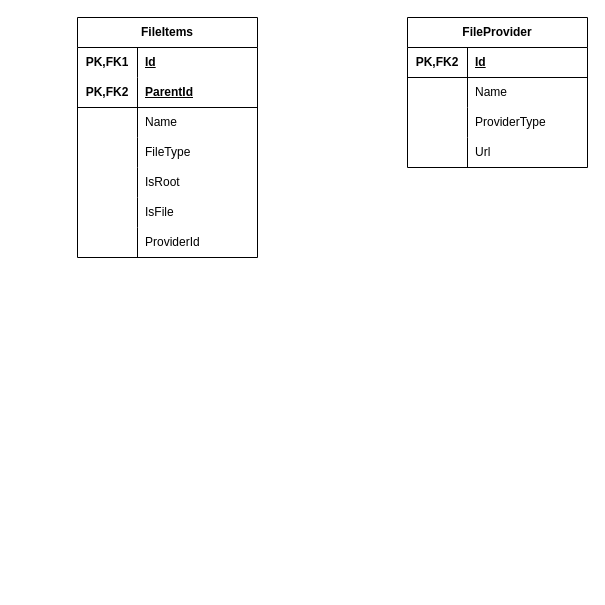
Before: TestBot/Untitled Diagram.drawio in Gnyasha/TestBot, a draw.io diagram. Source tidied: cells renumbered, new cells numbered last; positions are measured from the earlier drawing's top-left corner, leaving out a move shared by most shapes. Both pictures are drawn from the tidied source at 100%, with x=0, y=0 at pixel (77, 17).
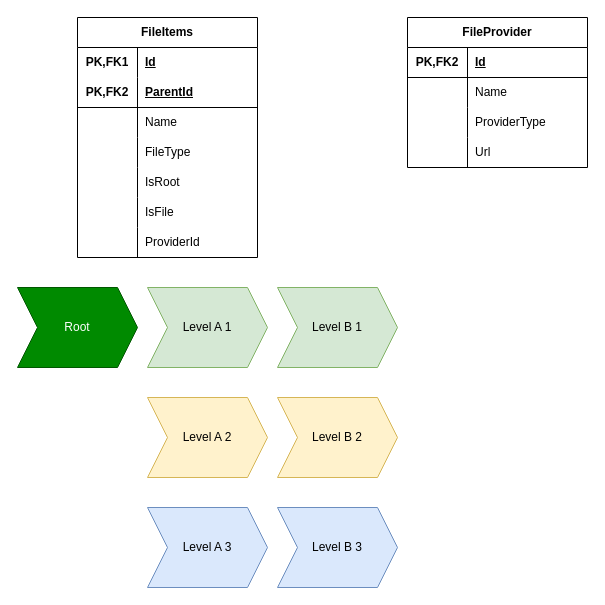
Above is the later version.

Commit message:
updated design definitions

Diff of the diagram source:
```diff
@@
+    <mxCell id="37" value="Root" style="shape=step;perimeter=stepPerimeter;whiteSpace=wrap;html=1;fixedSize=1;fillColor=#008a00;fontColor=#ffffff;strokeColor=#005700;" parent="1" vertex="1">
+      <mxGeometry x="-60" y="270" width="120" height="80" as="geometry" />
+    </mxCell>
+    <mxCell id="38" value="Level A 1" style="shape=step;perimeter=stepPerimeter;whiteSpace=wrap;html=1;fixedSize=1;fillColor=#d5e8d4;strokeColor=#82b366;" parent="1" vertex="1">
+      <mxGeometry x="70" y="270" width="120" height="80" as="geometry" />
+    </mxCell>
+    <mxCell id="39" value="Level B 1" style="shape=step;perimeter=stepPerimeter;whiteSpace=wrap;html=1;fixedSize=1;fillColor=#d5e8d4;strokeColor=#82b366;" parent="1" vertex="1">
+      <mxGeometry x="200" y="270" width="120" height="80" as="geometry" />
+    </mxCell>
+    <mxCell id="40" value="Level A 2" style="shape=step;perimeter=stepPerimeter;whiteSpace=wrap;html=1;fixedSize=1;fillColor=#fff2cc;strokeColor=#d6b656;" parent="1" vertex="1">
+      <mxGeometry x="70" y="380" width="120" height="80" as="geometry" />
+    </mxCell>
+    <mxCell id="41" value="Level B 2" style="shape=step;perimeter=stepPerimeter;whiteSpace=wrap;html=1;fixedSize=1;fillColor=#fff2cc;strokeColor=#d6b656;" parent="1" vertex="1">
+      <mxGeometry x="200" y="380" width="120" height="80" as="geometry" />
+    </mxCell>
+    <mxCell id="42" value="Level A 3" style="shape=step;perimeter=stepPerimeter;whiteSpace=wrap;html=1;fixedSize=1;fillColor=#dae8fc;strokeColor=#6c8ebf;" parent="1" vertex="1">
+      <mxGeometry x="70" y="490" width="120" height="80" as="geometry" />
+    </mxCell>
+    <mxCell id="43" value="Level B 3" style="shape=step;perimeter=stepPerimeter;whiteSpace=wrap;html=1;fixedSize=1;fillColor=#dae8fc;strokeColor=#6c8ebf;" parent="1" vertex="1">
+      <mxGeometry x="200" y="490" width="120" height="80" as="geometry" />
+    </mxCell>
```
